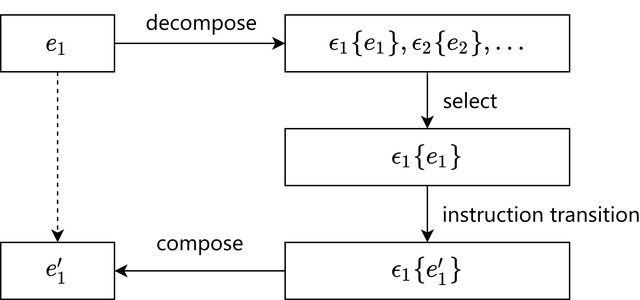
Above: img/struct.png in coned/step-evaluator (draw.io), before the change. Source tidied: cells renumbered, new cells last; positions are measured from the earlier drawing's top-left corner, leaving out a move shared by most shapes.
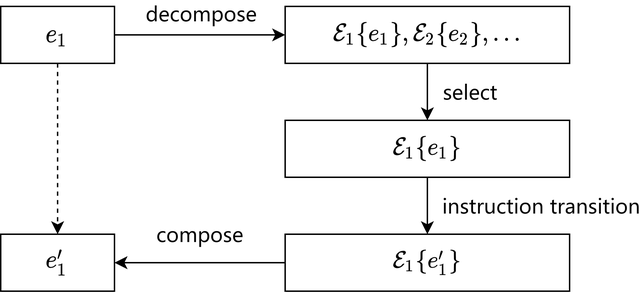
Later version of the same file.

Commit message:
add poster and change epsilon to big E

Diff of the diagram source:
```diff
@@ -8,7 +8,7 @@
     <mxCell id="3" value="select" style="edgeStyle=orthogonalEdgeStyle;rounded=0;jettySize=auto;html=1;exitX=0.5;exitY=1;exitDx=0;exitDy=0;entryX=0.5;entryY=0;entryDx=0;entryDy=0;fontSize=14;fontFamily=TeXGyrePagella;" parent="1" edge="1" source="4" target="8">
       <mxGeometry y="30" relative="1" as="geometry" />
     </mxCell>
-    <mxCell id="4" value="&lt;p&gt;&lt;font style=&quot;font-size: 15px&quot;&gt;$$\epsilon_1\{e_1\}, \epsilon_2\{e_2\}, ...$$&lt;/font&gt;&lt;/p&gt;" style="rounded=0;whiteSpace=wrap;html=1;verticalAlign=middle;align=center;labelBackgroundColor=none;" parent="1" vertex="1">
+    <mxCell id="4" value="$$\mathcal{E}_1\{e_1\},&amp;nbsp;\mathcal{E}_2\{e_2\},...$$" style="rounded=0;verticalAlign=middle;align=center;labelBackgroundColor=none;fontSize=14;horizontal=1;labelPosition=center;verticalLabelPosition=middle;labelBorderColor=none;html=1;whiteSpace=wrap;" parent="1" vertex="1">
       <mxGeometry x="200" width="200" height="40" as="geometry" />
     </mxCell>
     <mxCell id="5" style="endArrow=classic;html=1;exitX=1;exitY=0.5;exitDx=0;exitDy=0;" parent="1" edge="1" source="2">
@@ -24,10 +24,10 @@
     <mxCell id="7" value="instruction transition" style="edgeStyle=orthogonalEdgeStyle;rounded=0;jettySize=auto;html=1;exitX=0.5;exitY=1;exitDx=0;exitDy=0;entryX=0.5;entryY=0;entryDx=0;entryDy=0;fontSize=14;fontFamily=TeXGyrePagella;" parent="1" edge="1" source="8" target="9">
       <mxGeometry y="80" relative="1" as="geometry" />
     </mxCell>
-    <mxCell id="8" value="&lt;span style=&quot;font-size: 15px&quot;&gt;$$\epsilon_1\{e_1\}$$&lt;/span&gt;" style="rounded=0;whiteSpace=wrap;html=1;labelBackgroundColor=none;fontSize=14;align=center;verticalAlign=middle;" parent="1" vertex="1">
+    <mxCell id="8" value="$$\mathcal{E}_1\{e_1\}$$" style="rounded=0;whiteSpace=wrap;labelBackgroundColor=none;fontSize=14;align=center;verticalAlign=middle;html=1;" parent="1" vertex="1">
       <mxGeometry x="200" y="80" width="200" height="40" as="geometry" />
     </mxCell>
-    <mxCell id="9" value="&lt;span style=&quot;font-size: 15px&quot;&gt;$$\epsilon_1\{e_1'\}$$&lt;/span&gt;" style="rounded=0;whiteSpace=wrap;html=1;labelBackgroundColor=none;fontSize=14;align=center;verticalAlign=middle;" parent="1" vertex="1">
+    <mxCell id="9" value="$$\mathcal{E}_1\{e_1&amp;#39;\}$$" style="rounded=0;whiteSpace=wrap;labelBackgroundColor=none;fontSize=14;align=center;verticalAlign=middle;html=1;" parent="1" vertex="1">
       <mxGeometry x="200" y="160" width="200" height="40" as="geometry" />
     </mxCell>
     <mxCell id="10" value="&lt;p&gt;&lt;font style=&quot;font-size: 15px&quot;&gt;$$e_1'$$&lt;/font&gt;&lt;/p&gt;" style="rounded=0;whiteSpace=wrap;html=1;verticalAlign=middle;align=center;labelBackgroundColor=none;" parent="1" vertex="1">
```
